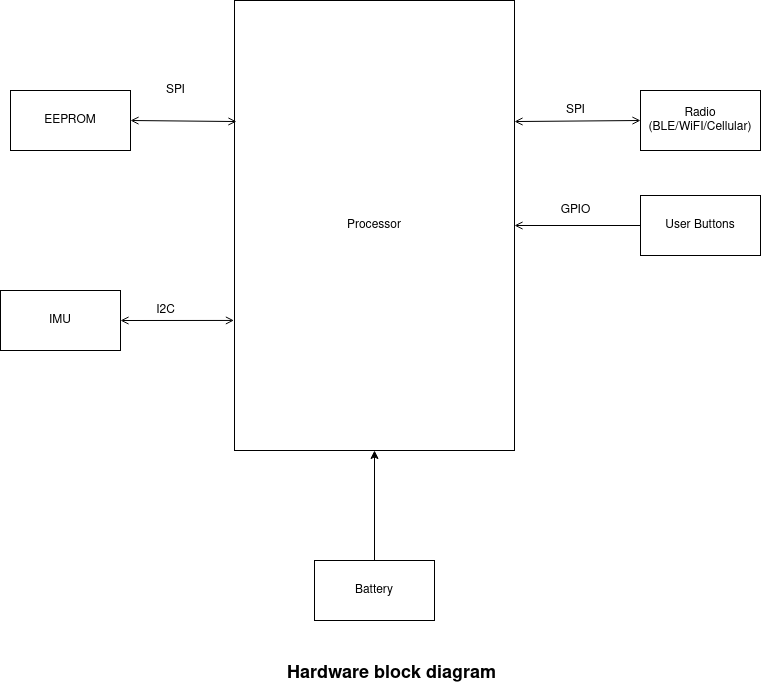
The draw.io diagram assignments/week-1/images/hardware block diagram.drawio.png in Davidadebiyi/Making-Embedded-Systems-Course, before a commit. Source tidied: cells renumbered, new cells last; positions are measured from the earlier drawing's top-left corner, leaving out a move shared by most shapes.
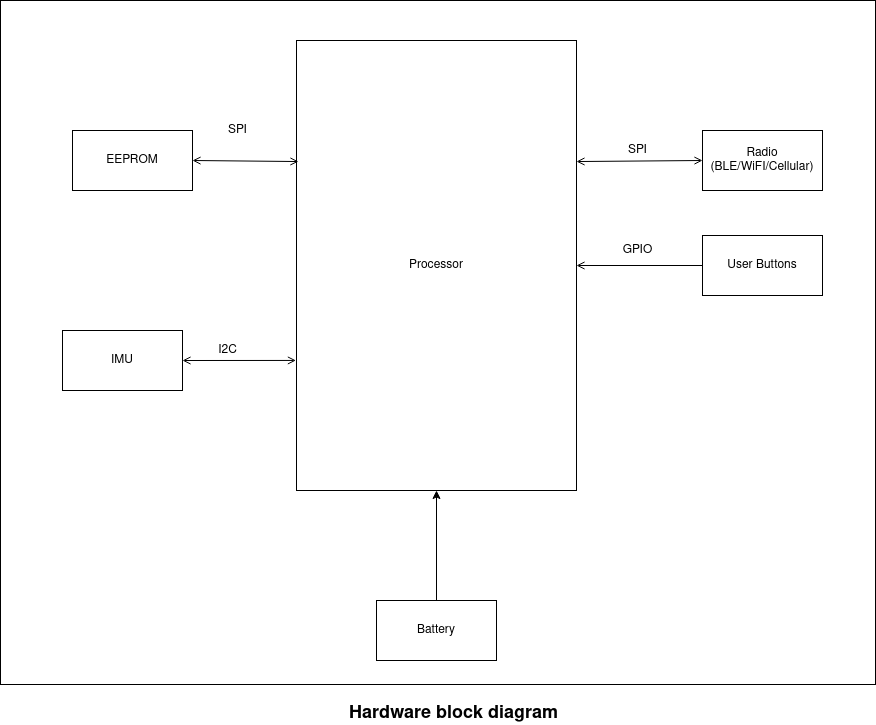
The same file after the commit.

Change to the diagram source:
```diff
@@ -2,6 +2,9 @@
   <root>
     <mxCell id="0" />
     <mxCell id="1" parent="0" />
+    <mxCell id="18" style="rounded=0;whiteSpace=wrap;html=1;" parent="1" vertex="1">
+      <mxGeometry x="-62" y="-40" width="875" height="684" as="geometry" />
+    </mxCell>
     <mxCell id="2" value="Processor" style="rounded=0;whiteSpace=wrap;html=1;direction=west;" parent="1" vertex="1">
       <mxGeometry x="234" width="280" height="450" as="geometry" />
     </mxCell>
```
